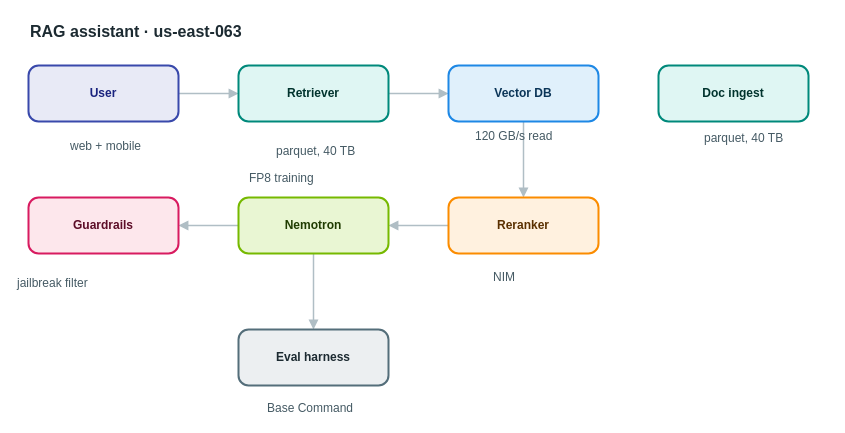
Before: apps/web/public/samples/library/063-rag-assistant.drawio in AryanG01/open-apprentice, a draw.io diagram. Source tidied: cells renumbered, new cells numbered last; positions are measured from the earlier drawing's top-left corner, leaving out a move shared by most shapes. Both pictures are drawn from the tidied source at 100%, with x=0, y=0 at pixel (17, 17).
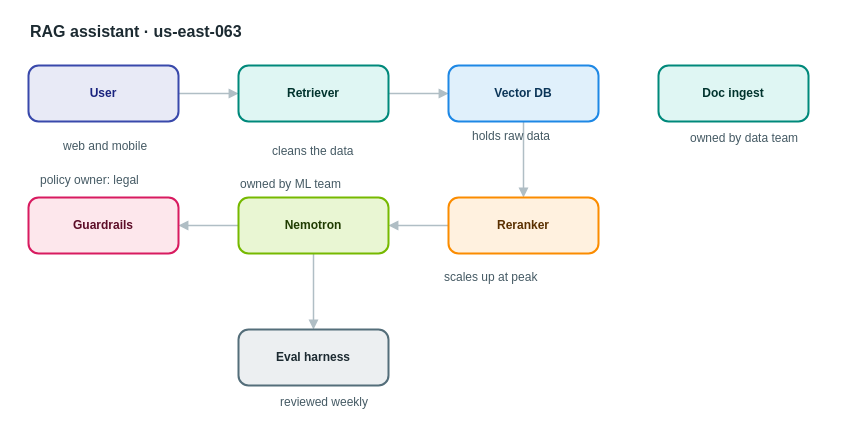
The same page after the edit.

Diff of the diagram source:
```diff
@@
-    <mxCell id="17" value="web + mobile" style="text;html=1;align=left;verticalAlign=top;whiteSpace=nowrap;spacing=0;spacingTop=0;strokeColor=none;fillColor=none;fontSize=12;fontColor=#455a64;" parent="1" vertex="1">
-      <mxGeometry x="53" y="117" width="96" height="20" as="geometry" />
+    <mxCell id="17" value="web and mobile" style="text;html=1;align=left;verticalAlign=top;whiteSpace=nowrap;spacing=0;spacingTop=0;strokeColor=none;fillColor=none;fontSize=12;fontColor=#455a64;" parent="1" vertex="1">
+      <mxGeometry x="46" y="117" width="110" height="20" as="geometry" />
     </mxCell>
-    <mxCell id="18" value="parquet, 40 TB" style="text;html=1;align=left;verticalAlign=top;whiteSpace=nowrap;spacing=0;spacingTop=0;strokeColor=none;fillColor=none;fontSize=12;fontColor=#455a64;" parent="1" vertex="1">
-      <mxGeometry x="259" y="122" width="110" height="20" as="geometry" />
+    <mxCell id="18" value="cleans the data" style="text;html=1;align=left;verticalAlign=top;whiteSpace=nowrap;spacing=0;spacingTop=0;strokeColor=none;fillColor=none;fontSize=12;fontColor=#455a64;" parent="1" vertex="1">
+      <mxGeometry x="255" y="122" width="117" height="20" as="geometry" />
     </mxCell>
-    <mxCell id="19" value="120 GB/s read" style="text;html=1;align=left;verticalAlign=top;whiteSpace=nowrap;spacing=0;spacingTop=0;strokeColor=none;fillColor=none;fontSize=12;fontColor=#455a64;" parent="1" vertex="1">
-      <mxGeometry x="458" y="107" width="103" height="20" as="geometry" />
+    <mxCell id="19" value="holds raw data" style="text;html=1;align=left;verticalAlign=top;whiteSpace=nowrap;spacing=0;spacingTop=0;strokeColor=none;fillColor=none;fontSize=12;fontColor=#455a64;" parent="1" vertex="1">
+      <mxGeometry x="455" y="107" width="110" height="20" as="geometry" />
     </mxCell>
-    <mxCell id="20" value="NIM" style="text;html=1;align=left;verticalAlign=top;whiteSpace=nowrap;spacing=0;spacingTop=0;strokeColor=none;fillColor=none;fontSize=12;fontColor=#455a64;" parent="1" vertex="1">
-      <mxGeometry x="476" y="248" width="33" height="20" as="geometry" />
+    <mxCell id="20" value="scales up at peak" style="text;html=1;align=left;verticalAlign=top;whiteSpace=nowrap;spacing=0;spacingTop=0;strokeColor=none;fillColor=none;fontSize=12;fontColor=#455a64;" parent="1" vertex="1">
+      <mxGeometry x="427" y="248" width="131" height="20" as="geometry" />
     </mxCell>
-    <mxCell id="21" value="FP8 training" style="text;html=1;align=left;verticalAlign=top;whiteSpace=nowrap;spacing=0;spacingTop=0;strokeColor=none;fillColor=none;fontSize=12;fontColor=#455a64;" parent="1" vertex="1">
-      <mxGeometry x="232" y="149" width="96" height="20" as="geometry" />
+    <mxCell id="21" value="owned by ML team" style="text;html=1;align=left;verticalAlign=top;whiteSpace=nowrap;spacing=0;spacingTop=0;strokeColor=none;fillColor=none;fontSize=12;fontColor=#455a64;" parent="1" vertex="1">
+      <mxGeometry x="223" y="155" width="124" height="20" as="geometry" />
     </mxCell>
-    <mxCell id="22" value="jailbreak filter" style="text;html=1;align=left;verticalAlign=top;whiteSpace=nowrap;spacing=0;spacingTop=0;strokeColor=none;fillColor=none;fontSize=12;fontColor=#455a64;" parent="1" vertex="1">
-      <mxGeometry y="254" width="124" height="20" as="geometry" />
+    <mxCell id="22" value="policy owner: legal" style="text;html=1;align=left;verticalAlign=top;whiteSpace=nowrap;spacing=0;spacingTop=0;strokeColor=none;fillColor=none;fontSize=12;fontColor=#455a64;" parent="1" vertex="1">
+      <mxGeometry x="23" y="151" width="145" height="20" as="geometry" />
     </mxCell>
-    <mxCell id="23" value="parquet, 40 TB" style="text;html=1;align=left;verticalAlign=top;whiteSpace=nowrap;spacing=0;spacingTop=0;strokeColor=none;fillColor=none;fontSize=12;fontColor=#455a64;" parent="1" vertex="1">
-      <mxGeometry x="687" y="109" width="110" height="20" as="geometry" />
+    <mxCell id="23" value="owned by data team" style="text;html=1;align=left;verticalAlign=top;whiteSpace=nowrap;spacing=0;spacingTop=0;strokeColor=none;fillColor=none;fontSize=12;fontColor=#455a64;" parent="1" vertex="1">
+      <mxGeometry x="673" y="109" width="138" height="20" as="geometry" />
     </mxCell>
-    <mxCell id="24" value="Base Command" style="text;html=1;align=left;verticalAlign=top;whiteSpace=nowrap;spacing=0;spacingTop=0;strokeColor=none;fillColor=none;fontSize=12;fontColor=#455a64;" parent="1" vertex="1">
-      <mxGeometry x="250" y="379" width="96" height="20" as="geometry" />
+    <mxCell id="24" value="reviewed weekly" style="text;html=1;align=left;verticalAlign=top;whiteSpace=nowrap;spacing=0;spacingTop=0;strokeColor=none;fillColor=none;fontSize=12;fontColor=#455a64;" parent="1" vertex="1">
+      <mxGeometry x="263" y="373" width="117" height="20" as="geometry" />
     </mxCell>
```
